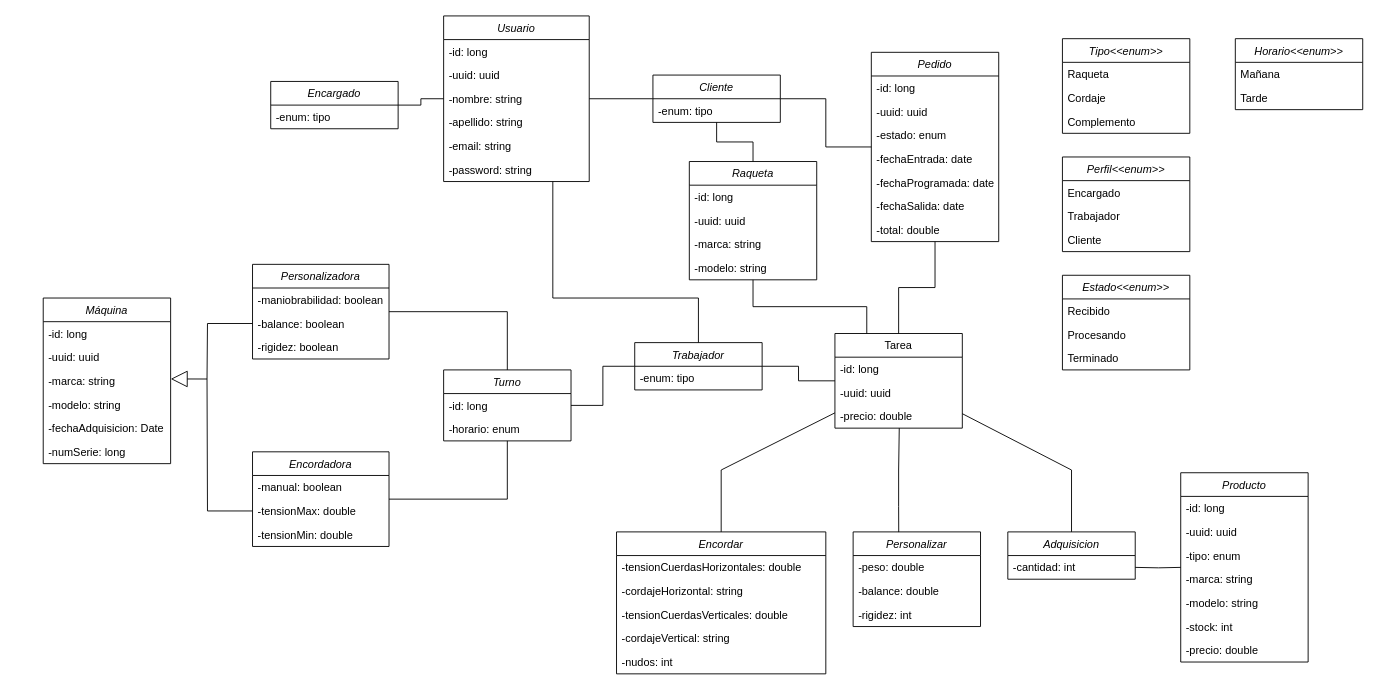
Mario999X/tennisLab_Exposed keeps this draw.io diagram as image/tennislab.drawio. Above is the earlier version. Source tidied: cells renumbered, new cells numbered last; positions are measured from the earlier drawing's top-left corner, leaving out a move shared by most shapes. Both pictures are drawn from the tidied source at 91%, with x=0, y=0 at pixel (43, 15).
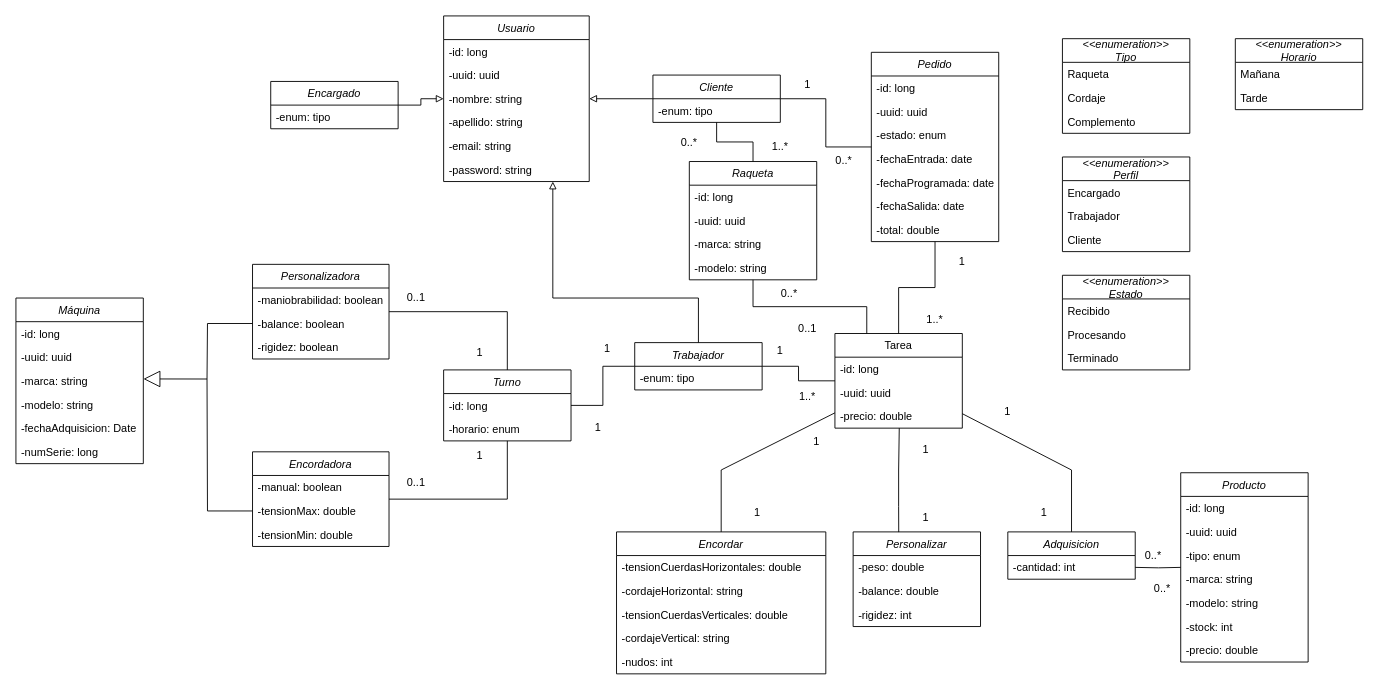
After the change.

Commit message:
Diagrama actualizado.

The change refers to these unchanged cells:
```xml
<mxCell id="2" value="Usuario" style="swimlane;fontStyle=2;align=center;verticalAlign=top;horizontal=1;startSize=26;rounded=0;shadow=0;strokeWidth=1;" parent="1" vertex="1">
  <mxGeometry x="440" width="160" height="182" as="geometry" />
</mxCell>
<mxCell id="86" value="Cliente" style="swimlane;fontStyle=2;horizontal=1;startSize=26;fillColor=none;" parent="1" vertex="1">
  <mxGeometry x="670" y="65" width="140" height="52" as="geometry" />
</mxCell>
<mxCell id="90" value="Trabajador" style="swimlane;fontStyle=2;horizontal=1;startSize=26;fillColor=none;" parent="1" vertex="1">
  <mxGeometry x="650" y="359" width="140" height="52" as="geometry" />
</mxCell>
<mxCell id="93" value="Encargado" style="swimlane;fontStyle=2;horizontal=1;startSize=26;fillColor=none;" parent="1" vertex="1">
  <mxGeometry x="250" y="72" width="140" height="52" as="geometry" />
</mxCell>
```

Diff of the diagram source:
```diff
@@
-    <mxCell id="9" value="Perfil&lt;&lt;enum&gt;&gt;" style="swimlane;fontStyle=2;horizontal=1;startSize=26;fillColor=none;" parent="1" vertex="1">
+    <mxCell id="9" value="&lt;&lt;enumeration&gt;&gt;&#10;Perfil" style="swimlane;fontStyle=2;horizontal=1;startSize=26;fillColor=none;" parent="1" vertex="1">
       <mxGeometry x="1120" y="155" width="140" height="104" as="geometry" />
     </mxCell>
@@
     <mxCell id="13" value="Máquina" style="swimlane;fontStyle=2;horizontal=1;startSize=26;fillColor=none;" parent="1" vertex="1">
-      <mxGeometry y="310" width="140" height="182" as="geometry" />
+      <mxGeometry x="-30" y="310" width="140" height="182" as="geometry" />
     </mxCell>
@@
-    <mxCell id="44" value="Estado&lt;&lt;enum&gt;&gt;" style="swimlane;fontStyle=2;horizontal=1;startSize=26;fillColor=none;" parent="1" vertex="1">
+    <mxCell id="44" value="&lt;&lt;enumeration&gt;&gt;&#10;Estado" style="swimlane;fontStyle=2;horizontal=1;startSize=26;fillColor=none;" parent="1" vertex="1">
       <mxGeometry x="1120" y="285" width="140" height="104" as="geometry" />
     </mxCell>
@@
-    <mxCell id="56" value="Tipo&lt;&lt;enum&gt;&gt;" style="swimlane;fontStyle=2;horizontal=1;startSize=26;fillColor=none;" parent="1" vertex="1">
+    <mxCell id="56" value="&lt;&lt;enumeration&gt;&gt;&#10;Tipo" style="swimlane;fontStyle=2;horizontal=1;startSize=26;fillColor=none;" parent="1" vertex="1">
       <mxGeometry x="1120" y="25" width="140" height="104" as="geometry" />
     </mxCell>
@@
-    <mxCell id="81" value="Horario&lt;&lt;enum&gt;&gt;" style="swimlane;fontStyle=2;horizontal=1;startSize=26;fillColor=none;" parent="1" vertex="1">
+    <mxCell id="81" value="&lt;&lt;enumeration&gt;&gt;&#10;Horario" style="swimlane;fontStyle=2;horizontal=1;startSize=26;fillColor=none;" parent="1" vertex="1">
       <mxGeometry x="1310" y="25" width="140" height="78" as="geometry" />
     </mxCell>
@@
-    <mxCell id="85" style="edgeStyle=orthogonalEdgeStyle;rounded=0;jettySize=auto;html=1;endArrow=none;endFill=0;" parent="1" edge="1" source="86" target="2">
+    <mxCell id="85" style="edgeStyle=orthogonalEdgeStyle;rounded=0;jettySize=auto;html=1;endArrow=block;endFill=0;" parent="1" edge="1" source="86" target="2">
       <mxGeometry relative="1" as="geometry" />
     </mxCell>
@@
-    <mxCell id="89" style="edgeStyle=orthogonalEdgeStyle;rounded=0;jettySize=auto;html=1;endArrow=none;endFill=0;" parent="1" edge="1" source="90" target="2">
+    <mxCell id="89" style="edgeStyle=orthogonalEdgeStyle;rounded=0;jettySize=auto;html=1;endArrow=block;endFill=0;" parent="1" edge="1" source="90" target="2">
       <mxGeometry relative="1" as="geometry">
         <Array as="points">
           <mxPoint x="720" y="310" />
           <mxPoint x="560" y="310" />
         </Array>
       </mxGeometry>
     </mxCell>
@@
-    <mxCell id="92" style="edgeStyle=orthogonalEdgeStyle;rounded=0;jettySize=auto;html=1;endArrow=none;endFill=0;" parent="1" edge="1" source="93" target="2">
+    <mxCell id="92" style="edgeStyle=orthogonalEdgeStyle;rounded=0;jettySize=auto;html=1;endArrow=block;endFill=0;" parent="1" edge="1" source="93" target="2">
       <mxGeometry relative="1" as="geometry" />
     </mxCell>
@@
+    <mxCell id="104" value="0..1" style="text;html=1;strokeColor=none;fillColor=none;align=center;verticalAlign=middle;whiteSpace=wrap;rounded=0;" parent="1" vertex="1">
+      <mxGeometry x="380" y="295" width="60" height="30" as="geometry" />
+    </mxCell>
+    <mxCell id="105" value="0..1" style="text;html=1;strokeColor=none;fillColor=none;align=center;verticalAlign=middle;whiteSpace=wrap;rounded=0;" parent="1" vertex="1">
+      <mxGeometry x="380" y="498" width="60" height="30" as="geometry" />
+    </mxCell>
+    <mxCell id="106" value="1" style="text;html=1;strokeColor=none;fillColor=none;align=center;verticalAlign=middle;whiteSpace=wrap;rounded=0;" parent="1" vertex="1">
+      <mxGeometry x="450" y="355" width="60" height="30" as="geometry" />
+    </mxCell>
+    <mxCell id="107" value="1" style="text;html=1;strokeColor=none;fillColor=none;align=center;verticalAlign=middle;whiteSpace=wrap;rounded=0;" parent="1" vertex="1">
+      <mxGeometry x="450" y="468" width="60" height="30" as="geometry" />
+    </mxCell>
+    <mxCell id="108" value="1" style="text;html=1;strokeColor=none;fillColor=none;align=center;verticalAlign=middle;whiteSpace=wrap;rounded=0;" parent="1" vertex="1">
+      <mxGeometry x="580" y="438" width="60" height="30" as="geometry" />
+    </mxCell>
+    <mxCell id="109" value="1" style="text;html=1;strokeColor=none;fillColor=none;align=center;verticalAlign=middle;whiteSpace=wrap;rounded=0;" parent="1" vertex="1">
+      <mxGeometry x="590" y="351" width="60" height="30" as="geometry" />
+    </mxCell>
+    <mxCell id="110" value="0..*" style="text;html=1;strokeColor=none;fillColor=none;align=center;verticalAlign=middle;whiteSpace=wrap;rounded=0;" parent="1" vertex="1">
+      <mxGeometry x="680" y="124" width="60" height="30" as="geometry" />
+    </mxCell>
+    <mxCell id="111" value="1..*" style="text;html=1;strokeColor=none;fillColor=none;align=center;verticalAlign=middle;whiteSpace=wrap;rounded=0;" parent="1" vertex="1">
+      <mxGeometry x="780" y="129" width="60" height="30" as="geometry" />
+    </mxCell>
+    <mxCell id="112" value="0..*" style="text;html=1;strokeColor=none;fillColor=none;align=center;verticalAlign=middle;whiteSpace=wrap;rounded=0;" parent="1" vertex="1">
+      <mxGeometry x="790" y="290" width="60" height="30" as="geometry" />
+    </mxCell>
+    <mxCell id="113" value="0..1" style="text;html=1;strokeColor=none;fillColor=none;align=center;verticalAlign=middle;whiteSpace=wrap;rounded=0;" parent="1" vertex="1">
+      <mxGeometry x="810" y="329" width="60" height="30" as="geometry" />
+    </mxCell>
+    <mxCell id="114" value="1" style="text;html=1;strokeColor=none;fillColor=none;align=center;verticalAlign=middle;whiteSpace=wrap;rounded=0;" parent="1" vertex="1">
+      <mxGeometry x="810" y="61" width="60" height="30" as="geometry" />
+    </mxCell>
+    <mxCell id="115" value="0..*" style="text;html=1;strokeColor=none;fillColor=none;align=center;verticalAlign=middle;whiteSpace=wrap;rounded=0;" parent="1" vertex="1">
+      <mxGeometry x="850" y="144" width="60" height="30" as="geometry" />
+    </mxCell>
+    <mxCell id="116" value="1" style="text;html=1;strokeColor=none;fillColor=none;align=center;verticalAlign=middle;whiteSpace=wrap;rounded=0;" parent="1" vertex="1">
+      <mxGeometry x="980" y="255" width="60" height="30" as="geometry" />
+    </mxCell>
+    <mxCell id="117" value="1..*" style="text;html=1;strokeColor=none;fillColor=none;align=center;verticalAlign=middle;whiteSpace=wrap;rounded=0;" parent="1" vertex="1">
+      <mxGeometry x="950" y="319" width="60" height="30" as="geometry" />
+    </mxCell>
+    <mxCell id="118" value="1" style="text;html=1;strokeColor=none;fillColor=none;align=center;verticalAlign=middle;whiteSpace=wrap;rounded=0;" parent="1" vertex="1">
+      <mxGeometry x="785" y="359" width="50" height="18" as="geometry" />
+    </mxCell>
+    <mxCell id="119" value="1..*" style="text;html=1;strokeColor=none;fillColor=none;align=center;verticalAlign=middle;whiteSpace=wrap;rounded=0;" parent="1" vertex="1">
+      <mxGeometry x="815" y="410" width="50" height="18" as="geometry" />
+    </mxCell>
+    <mxCell id="120" value="1" style="text;html=1;strokeColor=none;fillColor=none;align=center;verticalAlign=middle;whiteSpace=wrap;rounded=0;" parent="1" vertex="1">
+      <mxGeometry x="755" y="531" width="60" height="30" as="geometry" />
+    </mxCell>
+    <mxCell id="121" value="1" style="text;html=1;strokeColor=none;fillColor=none;align=center;verticalAlign=middle;whiteSpace=wrap;rounded=0;" parent="1" vertex="1">
+      <mxGeometry x="820" y="453" width="60" height="30" as="geometry" />
+    </mxCell>
+    <mxCell id="122" value="1" style="text;html=1;strokeColor=none;fillColor=none;align=center;verticalAlign=middle;whiteSpace=wrap;rounded=0;" parent="1" vertex="1">
+      <mxGeometry x="940" y="462" width="60" height="30" as="geometry" />
+    </mxCell>
+    <mxCell id="123" value="1" style="text;html=1;strokeColor=none;fillColor=none;align=center;verticalAlign=middle;whiteSpace=wrap;rounded=0;" parent="1" vertex="1">
+      <mxGeometry x="940" y="537" width="60" height="30" as="geometry" />
+    </mxCell>
+    <mxCell id="124" value="1" style="text;html=1;strokeColor=none;fillColor=none;align=center;verticalAlign=middle;whiteSpace=wrap;rounded=0;" parent="1" vertex="1">
+      <mxGeometry x="1030" y="420" width="60" height="30" as="geometry" />
+    </mxCell>
+    <mxCell id="125" value="1" style="text;html=1;strokeColor=none;fillColor=none;align=center;verticalAlign=middle;whiteSpace=wrap;rounded=0;" parent="1" vertex="1">
+      <mxGeometry x="1070" y="531" width="60" height="30" as="geometry" />
+    </mxCell>
+    <mxCell id="126" value="0..*" style="text;html=1;strokeColor=none;fillColor=none;align=center;verticalAlign=middle;whiteSpace=wrap;rounded=0;" parent="1" vertex="1">
+      <mxGeometry x="1200" y="581.5" width="40" height="23" as="geometry" />
+    </mxCell>
+    <mxCell id="127" value="0..*" style="text;html=1;strokeColor=none;fillColor=none;align=center;verticalAlign=middle;whiteSpace=wrap;rounded=0;" parent="1" vertex="1">
+      <mxGeometry x="1210" y="619" width="40" height="21" as="geometry" />
+    </mxCell>
```
